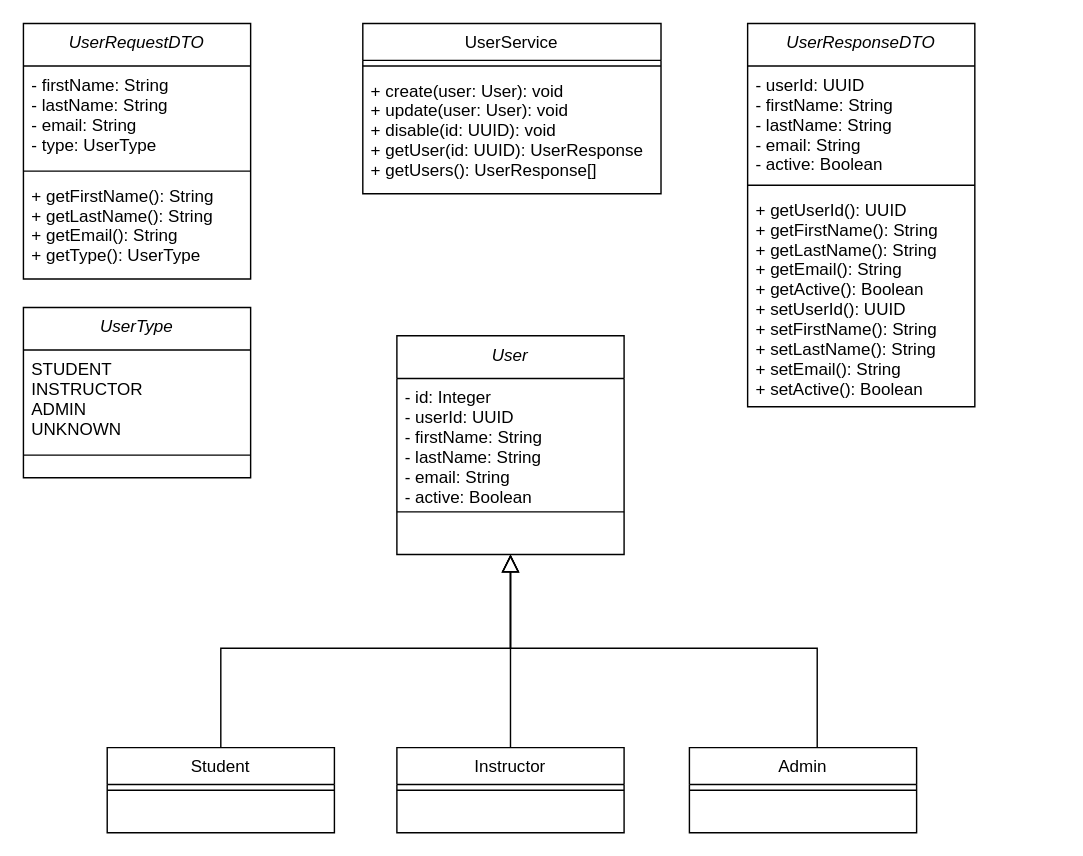
Before: clutch_academy_class_diagrams.drawio in gcmercante/clutch-academy, a draw.io diagram. Source tidied: cells renumbered, new cells numbered last; positions are measured from the earlier drawing's top-left corner, leaving out a move shared by most shapes. Both pictures are drawn from the tidied source at 142%, with x=0, y=0 at pixel (23, 23).
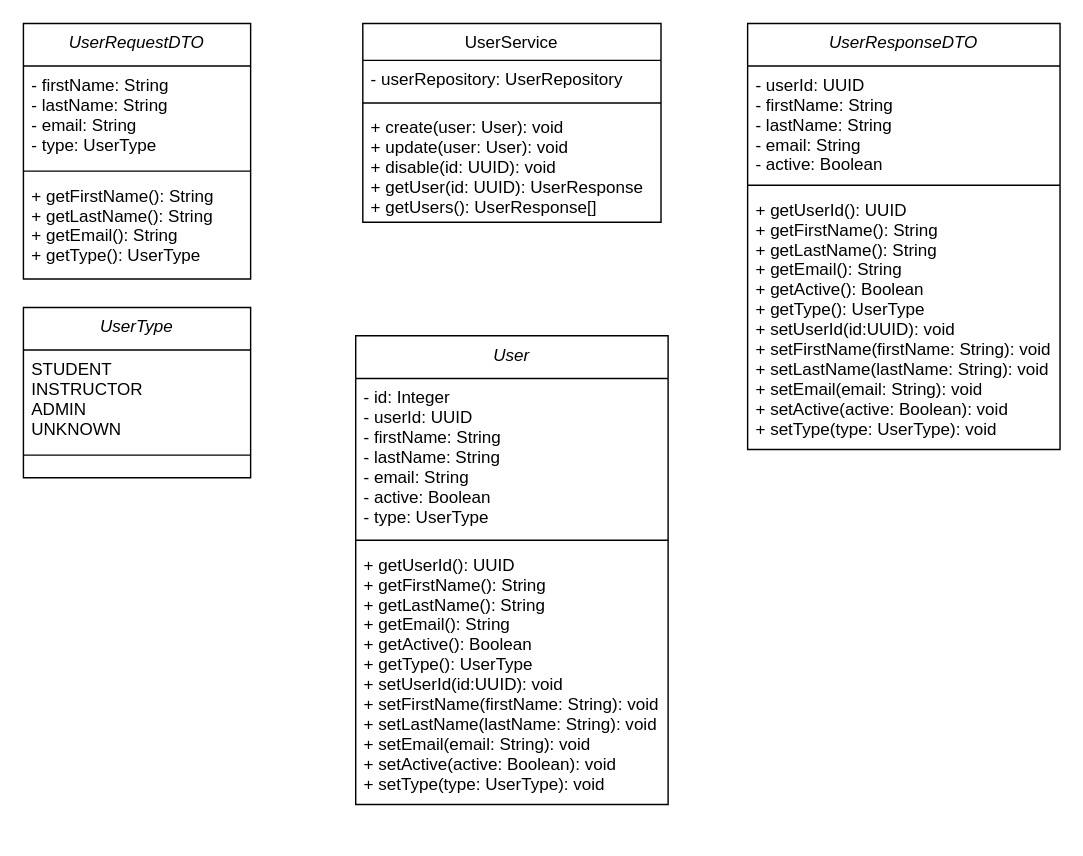
After the change.

The edit, as a diff of the source:
```diff
@@
     <mxCell id="2" value="User" style="swimlane;fontStyle=2;align=center;verticalAlign=top;horizontal=1;startSize=30;rounded=0;shadow=0;strokeWidth=1;" parent="1" vertex="1">
-      <mxGeometry x="263" y="220" width="160" height="154" as="geometry" />
+      <mxGeometry x="234" y="220" width="220" height="330" as="geometry" />
     </mxCell>
-    <mxCell id="3" value="- id: Integer&#10;- userId: UUID&#10;- firstName: String&#10;- lastName: String&#10;- email: String&#10;- active: Boolean" style="text;align=left;verticalAlign=top;spacingLeft=4;spacingRight=4;overflow=hidden;" parent="2" vertex="1">
-      <mxGeometry y="30" width="160" height="90" as="geometry" />
+    <mxCell id="3" value="- id: Integer&#10;- userId: UUID&#10;- firstName: String&#10;- lastName: String&#10;- email: String&#10;- active: Boolean&#10;- type: UserType" style="text;align=left;verticalAlign=top;spacingLeft=4;spacingRight=4;overflow=hidden;" parent="2" vertex="1">
+      <mxGeometry y="30" width="220" height="110" as="geometry" />
     </mxCell>
     <mxCell id="4" style="line;html=1;strokeWidth=1;align=left;verticalAlign=middle;spacingTop=-1;spacingLeft=3;spacingRight=3;labelPosition=right;" parent="2" vertex="1">
-      <mxGeometry y="120" width="160" height="8" as="geometry" />
+      <mxGeometry y="140" width="220" height="8" as="geometry" />
     </mxCell>
-    <mxCell id="5" value="Student" style="swimlane;fontStyle=0;align=center;verticalAlign=top;horizontal=1;startSize=26;rounded=0;shadow=0;strokeWidth=1;" parent="1" vertex="1">
-      <mxGeometry x="59" y="510" width="160" height="60" as="geometry" />
-    </mxCell>
-    <mxCell id="6" style="line;html=1;strokeWidth=1;align=left;verticalAlign=middle;spacingTop=-1;spacingLeft=3;spacingRight=3;labelPosition=right;" parent="5" vertex="1">
-      <mxGeometry y="26" width="160" height="8" as="geometry" />
-    </mxCell>
-    <mxCell id="7" style="endArrow=block;endSize=10;endFill=0;shadow=0;strokeWidth=1;rounded=0;curved=0;edgeStyle=elbowEdgeStyle;elbow=vertical;" parent="1" edge="1" source="5" target="2">
-      <mxGeometry relative="1" as="geometry">
-        <Array as="points">
-          <mxPoint x="240" y="440" />
-        </Array>
-      </mxGeometry>
-    </mxCell>
-    <mxCell id="8" value="Instructor" style="swimlane;fontStyle=0;align=center;verticalAlign=top;horizontal=1;startSize=26;rounded=0;shadow=0;strokeWidth=1;" parent="1" vertex="1">
-      <mxGeometry x="263" y="510" width="160" height="60" as="geometry" />
-    </mxCell>
-    <mxCell id="9" style="line;html=1;strokeWidth=1;align=left;verticalAlign=middle;spacingTop=-1;spacingLeft=3;spacingRight=3;labelPosition=right;" parent="8" vertex="1">
-      <mxGeometry y="26" width="160" height="8" as="geometry" />
-    </mxCell>
-    <mxCell id="10" style="endArrow=block;endSize=10;endFill=0;shadow=0;strokeWidth=1;rounded=0;curved=0;edgeStyle=elbowEdgeStyle;elbow=vertical;" parent="1" edge="1" source="8" target="2">
-      <mxGeometry relative="1" as="geometry" />
-    </mxCell>
+    <mxCell id="28" value="+ getUserId(): UUID&#10;+ getFirstName(): String&#10;+ getLastName(): String&#10;+ getEmail(): String&#10;+ getActive(): Boolean&#10;+ getType(): UserType&#10;+ setUserId(id:UUID): void&#10;+ setFirstName(firstName: String): void&#10;+ setLastName(lastName: String): void&#10;+ setEmail(email: String): void&#10;+ setActive(active: Boolean): void&#10;+ setType(type: UserType): void" style="text;align=left;verticalAlign=top;spacingLeft=4;spacingRight=4;overflow=hidden;" parent="2" vertex="1">
+      <mxGeometry y="148" width="220" height="182" as="geometry" />
+    </mxCell>
     <mxCell id="11" value="UserService" style="swimlane;fontStyle=0;align=center;verticalAlign=top;horizontal=1;startSize=26;rounded=0;shadow=0;strokeWidth=1;" parent="1" vertex="1">
-      <mxGeometry x="239" width="210" height="120" as="geometry" />
+      <mxGeometry x="239" width="210" height="140" as="geometry" />
     </mxCell>
+    <mxCell id="29" value="- userRepository: UserRepository" style="text;align=left;verticalAlign=top;spacingLeft=4;spacingRight=4;overflow=hidden;" parent="11" vertex="1">
+      <mxGeometry y="26" width="210" height="26" as="geometry" />
+    </mxCell>
     <mxCell id="12" style="line;html=1;strokeWidth=1;align=left;verticalAlign=middle;spacingTop=-1;spacingLeft=3;spacingRight=3;labelPosition=right;" parent="11" vertex="1">
-      <mxGeometry y="26" width="210" height="8" as="geometry" />
+      <mxGeometry y="52" width="210" height="8" as="geometry" />
     </mxCell>
     <mxCell id="13" value="+ create(user: User): void&#10;+ update(user: User): void&#10;+ disable(id: UUID): void&#10;+ getUser(id: UUID): UserResponse&#10;+ getUsers(): UserResponse[]" style="text;align=left;verticalAlign=top;spacingLeft=4;spacingRight=4;overflow=hidden;" parent="11" vertex="1">
-      <mxGeometry y="34" width="210" height="86" as="geometry" />
+      <mxGeometry y="60" width="210" height="80" as="geometry" />
     </mxCell>
-    <mxCell id="14" style="edgeStyle=orthogonalEdgeStyle;rounded=0;jettySize=auto;html=1;entryX=0.5;entryY=1;entryDx=0;entryDy=0;endArrow=block;endFill=0;endSize=10;" parent="1" edge="1" source="15" target="2">
-      <mxGeometry relative="1" as="geometry">
-        <Array as="points">
-          <mxPoint x="559" y="440" />
-          <mxPoint x="343" y="440" />
-        </Array>
-      </mxGeometry>
-    </mxCell>
-    <mxCell id="15" value="Admin" style="swimlane;fontStyle=0;align=center;verticalAlign=top;horizontal=1;startSize=26;rounded=0;shadow=0;strokeWidth=1;" parent="1" vertex="1">
-      <mxGeometry x="469" y="510" width="160" height="60" as="geometry" />
-    </mxCell>
-    <mxCell id="16" style="line;html=1;strokeWidth=1;align=left;verticalAlign=middle;spacingTop=-1;spacingLeft=3;spacingRight=3;labelPosition=right;" parent="15" vertex="1">
-      <mxGeometry y="26" width="160" height="8" as="geometry" />
-    </mxCell>
     <mxCell id="17" value="UserResponseDTO" style="swimlane;fontStyle=2;align=center;verticalAlign=top;horizontal=1;startSize=30;rounded=0;shadow=0;strokeWidth=1;" parent="1" vertex="1">
-      <mxGeometry x="510" width="160" height="270" as="geometry" />
+      <mxGeometry x="510" width="220" height="300" as="geometry" />
     </mxCell>
     <mxCell id="18" value="- userId: UUID&#10;- firstName: String&#10;- lastName: String&#10;- email: String&#10;- active: Boolean" style="text;align=left;verticalAlign=top;spacingLeft=4;spacingRight=4;overflow=hidden;" parent="17" vertex="1">
-      <mxGeometry y="30" width="160" height="80" as="geometry" />
+      <mxGeometry y="30" width="220" height="80" as="geometry" />
     </mxCell>
     <mxCell id="19" style="line;html=1;strokeWidth=1;align=left;verticalAlign=middle;spacingTop=-1;spacingLeft=3;spacingRight=3;labelPosition=right;" parent="17" vertex="1">
-      <mxGeometry y="110" width="160" height="8" as="geometry" />
+      <mxGeometry y="110" width="220" height="8" as="geometry" />
     </mxCell>
-    <mxCell id="20" value="+ getUserId(): UUID&#10;+ getFirstName(): String&#10;+ getLastName(): String&#10;+ getEmail(): String&#10;+ getActive(): Boolean&#10;+ setUserId(): UUID&#10;+ setFirstName(): String&#10;+ setLastName(): String&#10;+ setEmail(): String&#10;+ setActive(): Boolean" style="text;align=left;verticalAlign=top;spacingLeft=4;spacingRight=4;overflow=hidden;" parent="17" vertex="1">
-      <mxGeometry y="118" width="160" height="152" as="geometry" />
+    <mxCell id="20" value="+ getUserId(): UUID&#10;+ getFirstName(): String&#10;+ getLastName(): String&#10;+ getEmail(): String&#10;+ getActive(): Boolean&#10;+ getType(): UserType&#10;+ setUserId(id:UUID): void&#10;+ setFirstName(firstName: String): void&#10;+ setLastName(lastName: String): void&#10;+ setEmail(email: String): void&#10;+ setActive(active: Boolean): void&#10;+ setType(type: UserType): void" style="text;align=left;verticalAlign=top;spacingLeft=4;spacingRight=4;overflow=hidden;" parent="17" vertex="1">
+      <mxGeometry y="118" width="220" height="182" as="geometry" />
     </mxCell>
```
